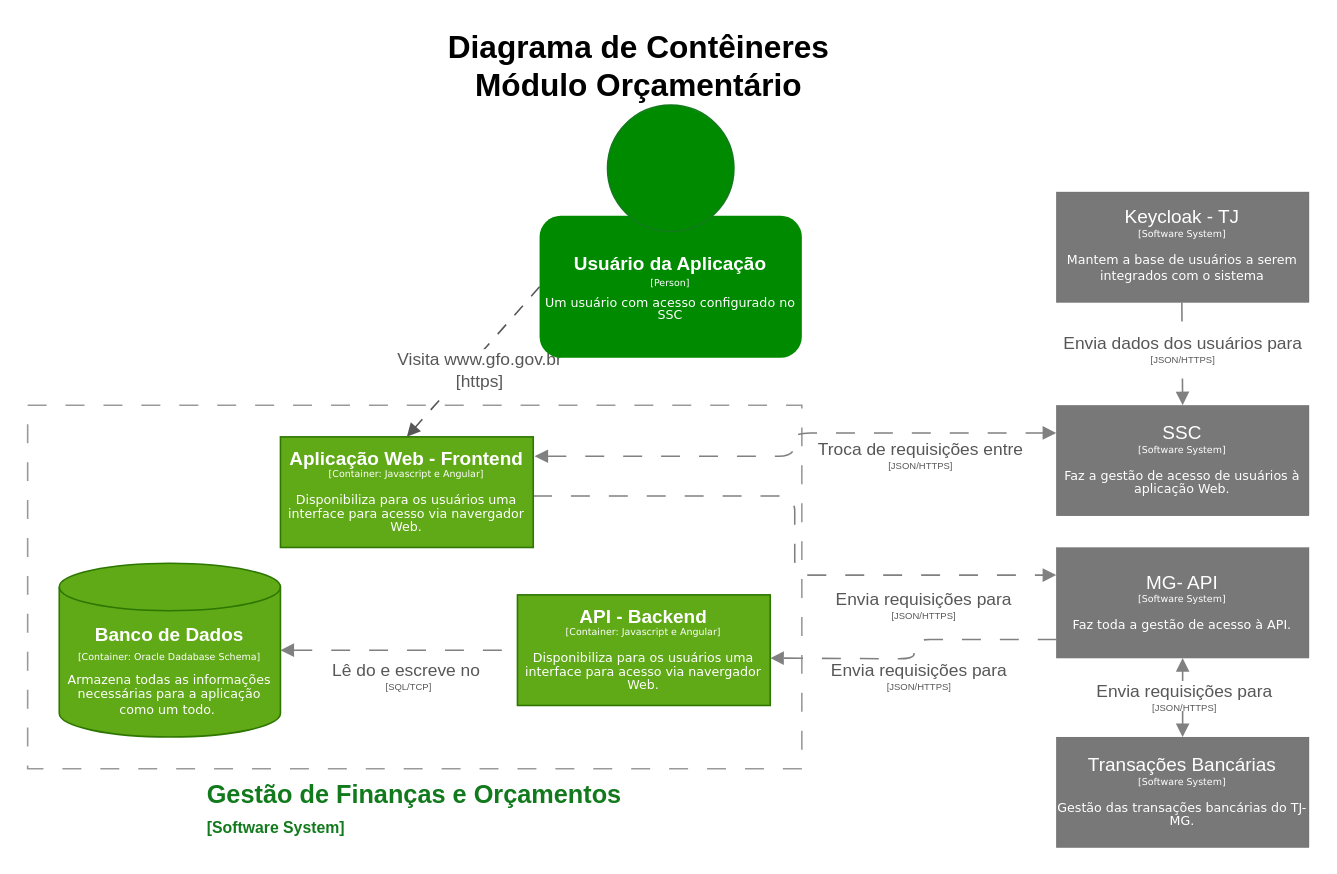
Earlier version of the draw.io diagram drawio/Diagrama Containers - Orçamentário v1.drawio (vitorecdias/drawio). Source tidied: cells renumbered, new cells numbered last; positions are measured from the earlier drawing's top-left corner, leaving out a move shared by most shapes. Both pictures are drawn from the tidied source at 158%, with x=0, y=0 at pixel (27, 41).
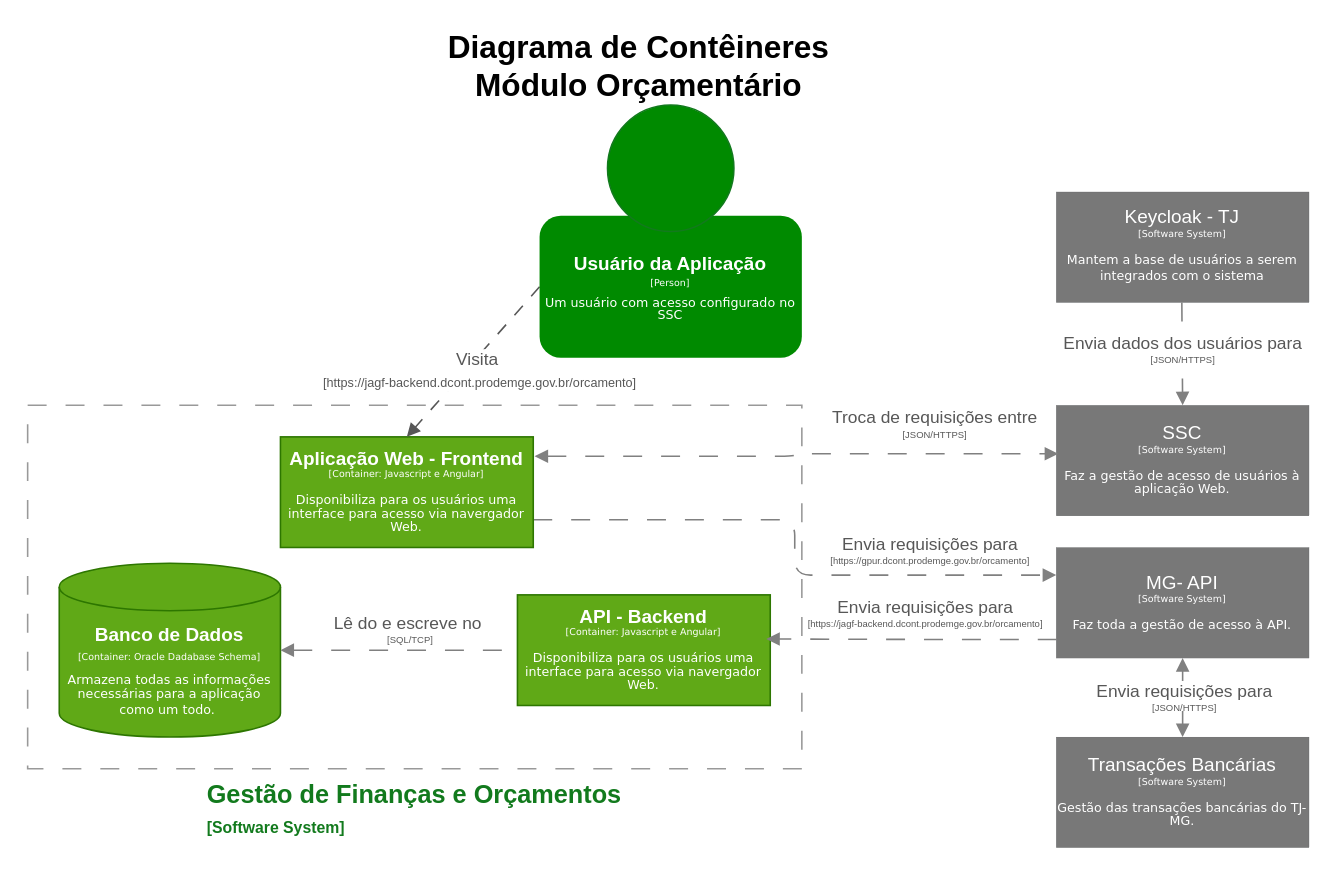
After the change.

Unchanged cells that the change refers to:
```xml
<mxCell id="6" value="&lt;div style=&quot;line-height: 70%;&quot;&gt;&lt;font&gt;&lt;b&gt;Aplicação Web - Frontend&lt;/b&gt;&lt;/font&gt;&lt;div&gt;&lt;font face=&quot;Verdana&quot; style=&quot;font-size: 6px; line-height: 70%;&quot;&gt;[Container: Javascript e Angular]&lt;/font&gt;&lt;/div&gt;&lt;div&gt;&lt;font face=&quot;Verdana&quot; style=&quot;font-size: 6px; line-height: 70%;&quot;&gt;&lt;br&gt;&lt;/font&gt;&lt;/div&gt;&lt;div&gt;&lt;font face=&quot;Verdana&quot; style=&quot;line-height: 70%; font-size: 8px;&quot;&gt;Disponibiliza para os usuários uma interface para acesso via navergador Web.&lt;/font&gt;&lt;/div&gt;&lt;/div&gt;" style="rounded=0;whiteSpace=wrap;html=1;fillColor=#60a917;fontColor=#ffffff;strokeColor=#2D7600;" parent="1" vertex="1">
  <mxGeometry x="160" y="250" width="160" height="70" as="geometry" />
</mxCell>
<mxCell id="7" value="&lt;div style=&quot;line-height: 70%;&quot;&gt;&lt;b&gt;API - Backend&lt;/b&gt;&lt;br&gt;&lt;div&gt;&lt;font face=&quot;Verdana&quot; style=&quot;font-size: 6px; line-height: 70%;&quot;&gt;[Container: Javascript e Angular]&lt;/font&gt;&lt;/div&gt;&lt;div&gt;&lt;font face=&quot;Verdana&quot; style=&quot;font-size: 6px; line-height: 70%;&quot;&gt;&lt;br&gt;&lt;/font&gt;&lt;/div&gt;&lt;div&gt;&lt;font face=&quot;Verdana&quot; style=&quot;line-height: 70%; font-size: 8px;&quot;&gt;Disponibiliza para os usuários uma interface para acesso via navergador Web.&lt;/font&gt;&lt;/div&gt;&lt;/div&gt;" style="rounded=0;whiteSpace=wrap;html=1;fillColor=#60a917;fontColor=#ffffff;strokeColor=#2D7600;" parent="1" vertex="1">
  <mxGeometry x="310" y="350" width="160" height="70" as="geometry" />
</mxCell>
<mxCell id="8" value="&lt;div style=&quot;line-height: 70%;&quot;&gt;SSC&lt;br&gt;&lt;div&gt;&lt;font style=&quot;font-size: 6px; line-height: 70%;&quot; face=&quot;Verdana&quot;&gt;[Software System]&lt;/font&gt;&lt;/div&gt;&lt;div&gt;&lt;font style=&quot;font-size: 6px; line-height: 70%;&quot; face=&quot;Verdana&quot;&gt;&lt;br&gt;&lt;/font&gt;&lt;/div&gt;&lt;div&gt;&lt;font style=&quot;line-height: 70%; font-size: 8px;&quot; face=&quot;Verdana&quot;&gt;Faz a gestão de acesso de usuários à aplicação Web.&lt;/font&gt;&lt;/div&gt;&lt;/div&gt;" style="rounded=0;whiteSpace=wrap;html=1;fillColor=light-dark(#787878, #515151);strokeColor=#36393d;fontColor=#FFFFFF;strokeWidth=0;" parent="1" vertex="1">
  <mxGeometry x="651" y="230" width="160" height="70" as="geometry" />
</mxCell>
<mxCell id="9" style="endArrow=block;html=1;rounded=0;exitX=0;exitY=0.5;exitDx=0;exitDy=0;entryX=0.5;entryY=0;entryDx=0;entryDy=0;dashed=1;dashPattern=8 8;strokeColor=#575757;endFill=1;" parent="1" edge="1" source="12" target="6">
  <mxGeometry relative="1" as="geometry" />
</mxCell>
<mxCell id="15" value="&lt;div style=&quot;line-height: 70%;&quot;&gt;&lt;div&gt;&lt;font style=&quot;line-height: 70%;&quot;&gt;MG- API&lt;/font&gt;&lt;/div&gt;&lt;div&gt;&lt;font style=&quot;font-size: 6px; line-height: 70%;&quot; face=&quot;Verdana&quot;&gt;[Software System]&lt;/font&gt;&lt;/div&gt;&lt;div&gt;&lt;font style=&quot;font-size: 6px; line-height: 70%;&quot; face=&quot;Verdana&quot;&gt;&lt;br&gt;&lt;/font&gt;&lt;/div&gt;&lt;div&gt;&lt;font style=&quot;line-height: 70%; font-size: 8px;&quot; face=&quot;Verdana&quot;&gt;Faz toda a gestão de acesso à API.&lt;/font&gt;&lt;/div&gt;&lt;/div&gt;" style="rounded=0;whiteSpace=wrap;html=1;fillColor=light-dark(#787878, #515151);strokeColor=#36393d;fontColor=#FFFFFF;strokeWidth=0;" parent="1" vertex="1">
  <mxGeometry x="651" y="320" width="160" height="70" as="geometry" />
</mxCell>
<mxCell id="21" style="edgeStyle=orthogonalEdgeStyle;rounded=1;jettySize=auto;html=1;curved=0;strokeColor=light-dark(#808080, #ededed);dashed=1;dashPattern=12 12;entryX=0;entryY=0.5;entryDx=0;entryDy=0;exitX=1;exitY=0.5;exitDx=0;exitDy=0;endArrow=none;endFill=1;startArrow=block;startFill=1;exitPerimeter=0;" parent="1" edge="1" source="14" target="7">
  <mxGeometry relative="1" as="geometry" />
</mxCell>
```

Diff of the diagram source:
```diff
@@
-    <mxCell id="4" style="edgeStyle=orthogonalEdgeStyle;rounded=1;jettySize=auto;html=1;curved=0;strokeColor=light-dark(#808080, #ededed);dashed=1;dashPattern=12 12;entryX=0;entryY=0.25;entryDx=0;entryDy=0;endArrow=block;endFill=1;exitX=0.999;exitY=0.534;exitDx=0;exitDy=0;exitPerimeter=0;" parent="1" edge="1" source="6" target="15">
+    <mxCell id="4" style="edgeStyle=orthogonalEdgeStyle;rounded=1;jettySize=auto;html=1;curved=0;strokeColor=light-dark(#808080, #ededed);dashed=1;dashPattern=12 12;entryX=0;entryY=0.25;entryDx=0;entryDy=0;endArrow=block;endFill=1;exitX=1;exitY=0.75;exitDx=0;exitDy=0;" parent="1" edge="1" source="6" target="15">
       <mxGeometry relative="1" as="geometry" />
     </mxCell>
-    <mxCell id="5" value="&lt;font style=&quot;color: rgb(87, 87, 87); line-height: 50%;&quot;&gt;Envia requisições para&lt;/font&gt;&lt;div style=&quot;line-height: 50%;&quot;&gt;&lt;font style=&quot;font-size: 6px; color: rgb(87, 87, 87); line-height: 50%;&quot;&gt;[JSON/HTTPS]&lt;/font&gt;&lt;/div&gt;" style="edgeLabel;html=1;align=center;verticalAlign=middle;" parent="4" vertex="1">
+    <mxCell id="5" value="&lt;font style=&quot;color: rgb(87, 87, 87); line-height: 50%;&quot;&gt;Envia requisições para&lt;/font&gt;&lt;div style=&quot;line-height: 50%;&quot;&gt;&lt;font style=&quot;font-size: 6px; color: rgb(87, 87, 87); line-height: 50%;&quot;&gt;[https://jagf-backend.dcont.prodemge.gov.br/orcamento]&lt;/font&gt;&lt;/div&gt;" style="edgeLabel;html=1;align=center;verticalAlign=middle;" parent="4" vertex="1">
       <mxGeometry x="-0.14" relative="1" as="geometry">
-        <mxPoint x="80" y="113" as="offset" />
+        <mxPoint x="90" y="58" as="offset" />
       </mxGeometry>
     </mxCell>
@@
-    <mxCell id="10" value="&lt;font style=&quot;color: rgb(87, 87, 87);&quot;&gt;Visita www.gfo.gov.br&lt;/font&gt;&lt;div&gt;&lt;font style=&quot;color: rgb(87, 87, 87);&quot;&gt;[https]&lt;/font&gt;&lt;/div&gt;" style="edgeLabel;html=1;align=center;verticalAlign=middle;" parent="9" vertex="1">
+    <mxCell id="10" value="&lt;font style=&quot;color: rgb(87, 87, 87);&quot;&gt;Visita&amp;nbsp;&lt;/font&gt;&lt;div&gt;&lt;span style=&quot;color: rgb(87, 87, 87);&quot;&gt;&lt;font style=&quot;font-size: 8px;&quot;&gt;[https://jagf-backend.dcont.prodemge.gov.br/orcamento]&lt;/font&gt;&lt;/span&gt;&lt;/div&gt;" style="edgeLabel;html=1;align=center;verticalAlign=middle;" parent="9" vertex="1">
       <mxGeometry x="-0.37" relative="1" as="geometry">
         <mxPoint x="-12" y="23" as="offset" />
       </mxGeometry>
     </mxCell>
@@
-    <mxCell id="17" style="edgeStyle=orthogonalEdgeStyle;rounded=1;jettySize=auto;html=1;curved=0;strokeColor=light-dark(#808080, #ededed);dashed=1;dashPattern=12 12;entryX=1;entryY=0.5;entryDx=0;entryDy=0;exitX=0.002;exitY=0.832;exitDx=0;exitDy=0;endArrow=block;endFill=1;exitPerimeter=0;" parent="1" edge="1" source="15">
-      <mxGeometry relative="1" as="geometry">
-        <mxPoint x="470" y="390" as="targetPoint" />
-      </mxGeometry>
+    <mxCell id="17" style="edgeStyle=orthogonalEdgeStyle;rounded=1;jettySize=auto;html=1;curved=0;strokeColor=light-dark(#808080, #ededed);dashed=1;dashPattern=12 12;entryX=0.984;entryY=0.399;entryDx=0;entryDy=0;exitX=0.002;exitY=0.832;exitDx=0;exitDy=0;endArrow=block;endFill=1;exitPerimeter=0;entryPerimeter=0;" parent="1" edge="1" source="15" target="7">
+      <mxGeometry relative="1" as="geometry" />
     </mxCell>
-    <mxCell id="18" value="&lt;font style=&quot;color: rgb(87, 87, 87); line-height: 50%;&quot;&gt;Envia requisições para&lt;/font&gt;&lt;div style=&quot;line-height: 50%;&quot;&gt;&lt;font style=&quot;font-size: 6px; color: rgb(87, 87, 87); line-height: 50%;&quot;&gt;[JSON/HTTPS]&lt;/font&gt;&lt;/div&gt;" style="edgeLabel;html=1;align=center;verticalAlign=middle;" parent="17" vertex="1">
+    <mxCell id="18" value="&lt;font style=&quot;color: rgb(87, 87, 87); line-height: 50%;&quot;&gt;Envia requisições para&lt;/font&gt;&lt;div style=&quot;line-height: 50%;&quot;&gt;&lt;font style=&quot;font-size: 6px; color: rgb(87, 87, 87); line-height: 50%;&quot;&gt;[https://gpur.dcont.prodemge.gov.br/orcamento]&lt;/font&gt;&lt;/div&gt;" style="edgeLabel;html=1;align=center;verticalAlign=middle;" parent="17" vertex="1">
       <mxGeometry x="-0.14" relative="1" as="geometry">
-        <mxPoint x="-2" y="-23" as="offset" />
+        <mxPoint x="-2" y="-58" as="offset" />
       </mxGeometry>
     </mxCell>
@@
     <mxCell id="22" value="&lt;font style=&quot;color: rgb(87, 87, 87); line-height: 50%;&quot;&gt;Lê do e escreve no&amp;nbsp;&lt;/font&gt;&lt;div style=&quot;line-height: 50%;&quot;&gt;&lt;font style=&quot;font-size: 6px; color: rgb(87, 87, 87); line-height: 50%;&quot;&gt;[SQL/TCP]&lt;/font&gt;&lt;/div&gt;" style="edgeLabel;html=1;align=center;verticalAlign=middle;" parent="21" vertex="1">
       <mxGeometry x="-0.14" relative="1" as="geometry">
-        <mxPoint x="15" y="15" as="offset" />
+        <mxPoint x="16" y="-15" as="offset" />
       </mxGeometry>
     </mxCell>
-    <mxCell id="23" style="edgeStyle=orthogonalEdgeStyle;rounded=1;jettySize=auto;html=1;curved=0;strokeColor=light-dark(#808080, #ededed);dashed=1;dashPattern=12 12;entryX=0;entryY=0.25;entryDx=0;entryDy=0;exitX=1.005;exitY=0.175;exitDx=0;exitDy=0;endArrow=block;endFill=1;startArrow=block;startFill=1;exitPerimeter=0;" parent="1" edge="1" source="6" target="8">
+    <mxCell id="23" style="edgeStyle=orthogonalEdgeStyle;rounded=1;jettySize=auto;html=1;curved=0;strokeColor=light-dark(#808080, #ededed);dashed=1;dashPattern=12 12;entryX=0.008;entryY=0.438;entryDx=0;entryDy=0;exitX=1.005;exitY=0.175;exitDx=0;exitDy=0;endArrow=block;endFill=1;startArrow=block;startFill=1;exitPerimeter=0;entryPerimeter=0;" parent="1" edge="1" source="6" target="8">
       <mxGeometry relative="1" as="geometry" />
     </mxCell>
     <mxCell id="24" value="&lt;font style=&quot;color: rgb(87, 87, 87); line-height: 50%;&quot;&gt;Troca de requisições entre&lt;/font&gt;&lt;div style=&quot;line-height: 50%;&quot;&gt;&lt;font style=&quot;font-size: 6px; color: rgb(87, 87, 87); line-height: 50%;&quot;&gt;[JSON/HTTPS]&lt;/font&gt;&lt;/div&gt;" style="edgeLabel;html=1;align=center;verticalAlign=middle;" parent="23" vertex="1">
       <mxGeometry x="-0.14" relative="1" as="geometry">
-        <mxPoint x="96" y="-2" as="offset" />
+        <mxPoint x="110" y="-22" as="offset" />
       </mxGeometry>
     </mxCell>
```
